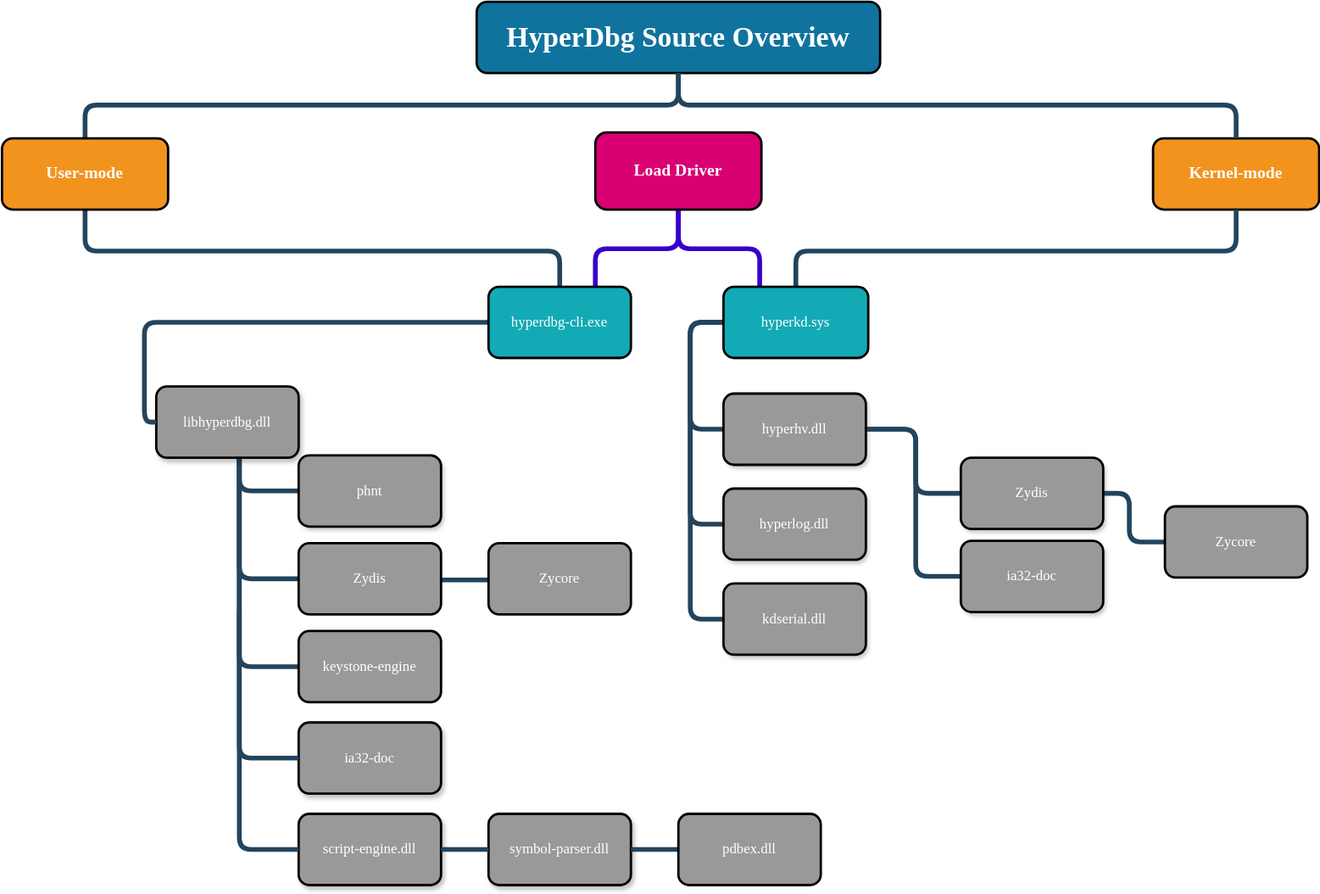
This is Diagrams/source-tree/source-tree.svg from HyperDbg/graphics, a draw.io export, as it was before one commit. Source tidied: cells renumbered, new cells last; positions are measured from the earlier drawing's top-left corner, leaving out a move shared by most shapes.
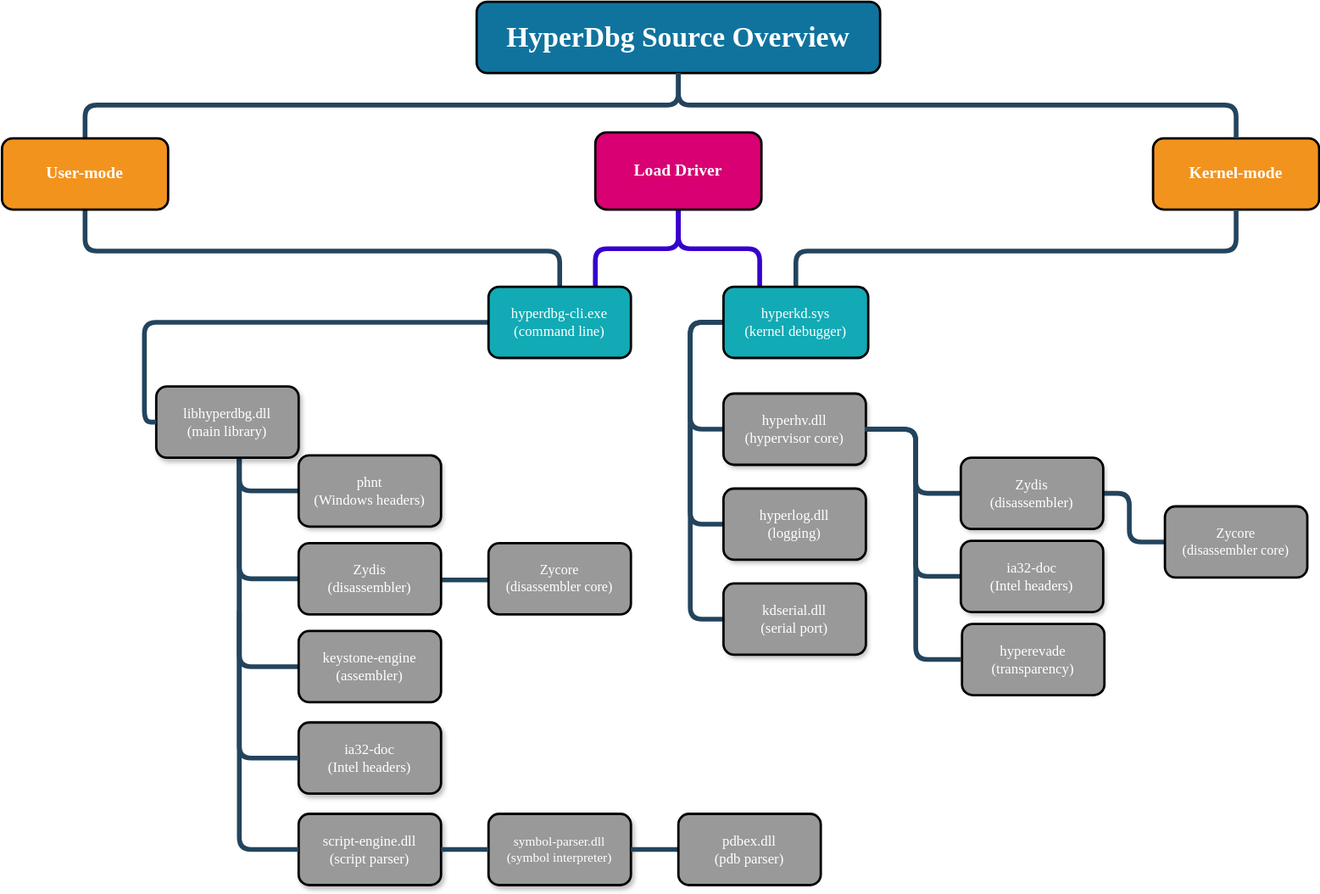
The same diagram one commit later.

Commit message:
add hyperevade project to the source tree

The edit, as a diff of the source:
```diff
@@ -17,13 +17,13 @@
     <mxCell id="6" value="phnt" style="whiteSpace=wrap;rounded=1;fillColor=#999999;strokeColor=none;shadow=1;fontColor=#FFFFFF;fontStyle=0;fontFamily=Verdana;" parent="1" vertex="1">
       <mxGeometry x="340" y="382" width="120" height="60" as="geometry" />
     </mxCell>
-    <mxCell id="7" value="ia32-doc" style="whiteSpace=wrap;rounded=1;fillColor=#999999;strokeColor=default;shadow=1;fontColor=#FFFFFF;fontStyle=0;fontFamily=Verdana;strokeWidth=2;" parent="1" vertex="1">
+    <mxCell id="7" value="ia32-doc&#10;(Intel headers)" style="whiteSpace=wrap;rounded=1;fillColor=#999999;strokeColor=default;shadow=1;fontColor=#FFFFFF;fontStyle=0;fontFamily=Verdana;strokeWidth=2;" parent="1" vertex="1">
       <mxGeometry x="340" y="607" width="120" height="60" as="geometry" />
     </mxCell>
-    <mxCell id="8" value="script-engine.dll" style="whiteSpace=wrap;rounded=1;fillColor=#999999;strokeColor=default;shadow=1;fontColor=#FFFFFF;fontStyle=0;fontFamily=Verdana;strokeWidth=2;" parent="1" vertex="1">
+    <mxCell id="8" value="script-engine.dll&#10;(script parser)" style="whiteSpace=wrap;rounded=1;fillColor=#999999;strokeColor=default;shadow=1;fontColor=#FFFFFF;fontStyle=0;fontFamily=Verdana;strokeWidth=2;" parent="1" vertex="1">
       <mxGeometry x="340" y="684" width="120" height="60" as="geometry" />
     </mxCell>
-    <mxCell id="9" value="symbol-parser.dll" style="whiteSpace=wrap;rounded=1;fillColor=#999999;strokeColor=default;shadow=1;fontColor=#FFFFFF;fontStyle=0;fontFamily=Verdana;strokeWidth=2;" parent="1" vertex="1">
+    <mxCell id="9" value="symbol-parser.dll&#10;(symbol interpreter)" style="whiteSpace=wrap;rounded=1;fillColor=#999999;strokeColor=default;shadow=1;fontColor=#FFFFFF;fontStyle=0;fontFamily=Verdana;strokeWidth=2;fontSize=11;" parent="1" vertex="1">
       <mxGeometry x="500" y="684" width="120" height="60" as="geometry" />
     </mxCell>
     <mxCell id="10" style="edgeStyle=elbowEdgeStyle;elbow=vertical;rounded=1;fontColor=#000000;endArrow=none;endFill=0;strokeWidth=4;strokeColor=#23445D;fontFamily=Verdana;" parent="1" edge="1" source="3" target="5">
@@ -160,7 +160,7 @@
         </Array>
       </mxGeometry>
     </mxCell>
-    <mxCell id="31" value="libhyperdbg.dll" style="whiteSpace=wrap;rounded=1;fillColor=#999999;strokeColor=default;shadow=1;fontColor=#FFFFFF;fontStyle=0;fontFamily=Verdana;strokeWidth=2;" parent="1" vertex="1">
+    <mxCell id="31" value="libhyperdbg.dll&#10;(main library)" style="whiteSpace=wrap;rounded=1;fillColor=#999999;strokeColor=default;shadow=1;fontColor=#FFFFFF;fontStyle=0;fontFamily=Verdana;strokeWidth=2;" parent="1" vertex="1">
       <mxGeometry x="220" y="324" width="120" height="60" as="geometry" />
     </mxCell>
     <mxCell id="32" style="edgeStyle=elbowEdgeStyle;elbow=vertical;rounded=1;fontColor=#000000;endArrow=none;endFill=0;strokeWidth=4;strokeColor=#23445D;entryX=0;entryY=0.5;entryDx=0;entryDy=0;exitX=0;exitY=0.5;exitDx=0;exitDy=0;exitPerimeter=0;fontFamily=Verdana;" parent="1" edge="1" source="5" target="31">
@@ -203,7 +203,7 @@
     <mxCell id="38" style="edgeStyle=elbowEdgeStyle;elbow=vertical;fontColor=#000000;endArrow=none;endFill=0;strokeWidth=4;entryX=0.25;entryY=0;entryDx=0;entryDy=0;exitX=0.5;exitY=1;exitDx=0;exitDy=0;fontFamily=Verdana;fillColor=#6a00ff;strokeColor=#3700CC;rounded=1;" parent="1" edge="1" source="36" target="16">
       <mxGeometry relative="1" as="geometry" />
     </mxCell>
-    <mxCell id="39" value="Zycore" style="whiteSpace=wrap;rounded=1;fillColor=#999999;strokeColor=default;shadow=0;fontColor=#FFFFFF;fontStyle=0;fontFamily=Verdana;glass=0;labelBorderColor=none;strokeWidth=2;" parent="1" vertex="1">
+    <mxCell id="39" value="Zycore&#10;(disassembler core)" style="whiteSpace=wrap;rounded=1;fillColor=#999999;strokeColor=default;shadow=0;fontColor=#FFFFFF;fontStyle=0;fontFamily=Verdana;glass=0;labelBorderColor=none;strokeWidth=2;fontSize=11.5;" parent="1" vertex="1">
       <mxGeometry x="1070" y="425" width="120" height="60" as="geometry" />
     </mxCell>
     <mxCell id="40" value="ia32-doc" style="whiteSpace=wrap;rounded=1;fillColor=#999999;strokeColor=default;shadow=0;fontColor=#FFFFFF;fontStyle=0;fontFamily=Verdana;" parent="1" vertex="1">
@@ -212,7 +212,7 @@
     <mxCell id="41" value="Zydis" style="whiteSpace=wrap;rounded=1;fillColor=#999999;strokeColor=default;shadow=0;fontColor=#FFFFFF;fontStyle=0;fontFamily=Verdana;" parent="1" vertex="1">
       <mxGeometry x="898" y="384" width="120" height="60" as="geometry" />
     </mxCell>
-    <mxCell id="42" value="hyperhv.dll" style="whiteSpace=wrap;rounded=1;fillColor=#999999;strokeColor=default;shadow=0;fontColor=#FFFFFF;fontStyle=0;fontFamily=Verdana;strokeWidth=2;" parent="1" vertex="1">
+    <mxCell id="42" value="hyperhv.dll&#10;(hypervisor core)" style="whiteSpace=wrap;rounded=1;fillColor=#999999;strokeColor=default;shadow=0;fontColor=#FFFFFF;fontStyle=0;fontFamily=Verdana;strokeWidth=2;" parent="1" vertex="1">
       <mxGeometry x="698" y="330" width="120" height="60" as="geometry" />
     </mxCell>
     <mxCell id="43" value="hyperlog.dll" style="whiteSpace=wrap;rounded=1;fillColor=#999999;strokeColor=default;shadow=0;fontColor=#FFFFFF;fontStyle=0;fontFamily=Verdana;" parent="1" vertex="1">
@@ -239,16 +239,16 @@
     <mxCell id="50" value="hprdbgkd.sys" style="whiteSpace=wrap;rounded=1;fillColor=#12AAB5;strokeColor=default;shadow=0;fontColor=#FFFFFF;fontFamily=Verdana;" parent="1" vertex="1">
       <mxGeometry x="698" y="240" width="122" height="60" as="geometry" />
     </mxCell>
-    <mxCell id="51" value="pdbex.dll" style="whiteSpace=wrap;rounded=1;fillColor=#999999;strokeColor=default;shadow=0;fontColor=#FFFFFF;fontStyle=0;fontFamily=Verdana;strokeWidth=2;" parent="1" vertex="1">
+    <mxCell id="51" value="pdbex.dll&#10;(pdb parser)" style="whiteSpace=wrap;rounded=1;fillColor=#999999;strokeColor=default;shadow=0;fontColor=#FFFFFF;fontStyle=0;fontFamily=Verdana;strokeWidth=2;" parent="1" vertex="1">
       <mxGeometry x="660" y="684" width="120" height="60" as="geometry" />
     </mxCell>
-    <mxCell id="52" value="Zydis" style="whiteSpace=wrap;rounded=1;fillColor=#999999;strokeColor=default;shadow=0;fontColor=#FFFFFF;fontStyle=0;fontFamily=Verdana;strokeWidth=2;" parent="1" vertex="1">
+    <mxCell id="52" value="Zydis&#10;(disassembler)" style="whiteSpace=wrap;rounded=1;fillColor=#999999;strokeColor=default;shadow=0;fontColor=#FFFFFF;fontStyle=0;fontFamily=Verdana;strokeWidth=2;" parent="1" vertex="1">
       <mxGeometry x="340" y="456" width="120" height="60" as="geometry" />
     </mxCell>
-    <mxCell id="53" value="Zycore" style="whiteSpace=wrap;rounded=1;fillColor=#999999;strokeColor=default;shadow=0;fontColor=#FFFFFF;fontStyle=0;fontFamily=Verdana;strokeWidth=2;" parent="1" vertex="1">
+    <mxCell id="53" value="Zycore&#10;(disassembler core)" style="whiteSpace=wrap;rounded=1;fillColor=#999999;strokeColor=default;shadow=0;fontColor=#FFFFFF;fontStyle=0;fontFamily=Verdana;strokeWidth=2;fontSize=11.5;" parent="1" vertex="1">
       <mxGeometry x="500" y="456" width="120" height="60" as="geometry" />
     </mxCell>
-    <mxCell id="54" value="phnt" style="whiteSpace=wrap;rounded=1;fillColor=#999999;strokeColor=default;shadow=0;fontColor=#FFFFFF;fontStyle=0;fontFamily=Verdana;strokeWidth=2;" parent="1" vertex="1">
+    <mxCell id="54" value="phnt&#10;(Windows headers)" style="whiteSpace=wrap;rounded=1;fillColor=#999999;strokeColor=default;shadow=0;fontColor=#FFFFFF;fontStyle=0;fontFamily=Verdana;strokeWidth=2;" parent="1" vertex="1">
       <mxGeometry x="340" y="382" width="120" height="60" as="geometry" />
     </mxCell>
     <mxCell id="55" value="User-mode" style="whiteSpace=wrap;rounded=1;fillColor=#F2931E;strokeColor=default;shadow=0;fontColor=#FFFFFF;fontStyle=1;fontSize=14;fontFamily=Verdana;strokeWidth=2;" parent="1" vertex="1">
@@ -257,22 +257,22 @@
     <mxCell id="56" value="Load Driver" style="whiteSpace=wrap;rounded=1;fillColor=#d80073;strokeColor=default;shadow=0;fontColor=#ffffff;fontStyle=1;fontSize=14;gradientColor=none;fontFamily=Verdana;strokeWidth=2;" parent="1" vertex="1">
       <mxGeometry x="590" y="110" width="140" height="65" as="geometry" />
     </mxCell>
-    <mxCell id="57" value="hyperdbg-cli.exe" style="whiteSpace=wrap;rounded=1;fillColor=#12AAB5;strokeColor=default;shadow=0;fontColor=#FFFFFF;fontFamily=Verdana;strokeWidth=2;" parent="1" vertex="1">
+    <mxCell id="57" value="hyperdbg-cli.exe&#10;(command line)" style="whiteSpace=wrap;rounded=1;fillColor=#12AAB5;strokeColor=default;shadow=0;fontColor=#FFFFFF;fontFamily=Verdana;strokeWidth=2;" parent="1" vertex="1">
       <mxGeometry x="500" y="240" width="120" height="60" as="geometry" />
     </mxCell>
-    <mxCell id="58" value="hyperkd.sys" style="whiteSpace=wrap;rounded=1;fillColor=#12AAB5;strokeColor=default;shadow=0;fontColor=#FFFFFF;fontFamily=Verdana;strokeWidth=2;" parent="1" vertex="1">
+    <mxCell id="58" value="hyperkd.sys&#10;(kernel debugger)" style="whiteSpace=wrap;rounded=1;fillColor=#12AAB5;strokeColor=default;shadow=0;fontColor=#FFFFFF;fontFamily=Verdana;strokeWidth=2;" parent="1" vertex="1">
       <mxGeometry x="698" y="240" width="122" height="60" as="geometry" />
     </mxCell>
-    <mxCell id="59" value="hyperlog.dll" style="whiteSpace=wrap;rounded=1;fillColor=#999999;strokeColor=default;shadow=0;fontColor=#FFFFFF;fontStyle=0;fontFamily=Verdana;strokeWidth=2;" parent="1" vertex="1">
+    <mxCell id="59" value="hyperlog.dll&#10;(logging)" style="whiteSpace=wrap;rounded=1;fillColor=#999999;strokeColor=default;shadow=0;fontColor=#FFFFFF;fontStyle=0;fontFamily=Verdana;strokeWidth=2;" parent="1" vertex="1">
       <mxGeometry x="698" y="410" width="120" height="60" as="geometry" />
     </mxCell>
-    <mxCell id="60" value="kdserial.dll" style="whiteSpace=wrap;rounded=1;fillColor=#999999;strokeColor=default;shadow=0;fontColor=#FFFFFF;fontStyle=0;fontFamily=Verdana;strokeWidth=2;" parent="1" vertex="1">
+    <mxCell id="60" value="kdserial.dll&#10;(serial port)" style="whiteSpace=wrap;rounded=1;fillColor=#999999;strokeColor=default;shadow=0;fontColor=#FFFFFF;fontStyle=0;fontFamily=Verdana;strokeWidth=2;" parent="1" vertex="1">
       <mxGeometry x="698" y="490" width="120" height="60" as="geometry" />
     </mxCell>
-    <mxCell id="61" value="ia32-doc" style="whiteSpace=wrap;rounded=1;fillColor=#999999;strokeColor=default;shadow=0;fontColor=#FFFFFF;fontStyle=0;fontFamily=Verdana;strokeWidth=2;" parent="1" vertex="1">
+    <mxCell id="61" value="ia32-doc&#10;(Intel headers)" style="whiteSpace=wrap;rounded=1;fillColor=#999999;strokeColor=default;shadow=0;fontColor=#FFFFFF;fontStyle=0;fontFamily=Verdana;strokeWidth=2;" parent="1" vertex="1">
       <mxGeometry x="898" y="454" width="120" height="60" as="geometry" />
     </mxCell>
-    <mxCell id="62" value="Zydis" style="whiteSpace=wrap;rounded=1;fillColor=#999999;strokeColor=default;shadow=0;fontColor=#FFFFFF;fontStyle=0;fontFamily=Verdana;strokeWidth=2;" parent="1" vertex="1">
+    <mxCell id="62" value="Zydis&#10;(disassembler)" style="whiteSpace=wrap;rounded=1;fillColor=#999999;strokeColor=default;shadow=0;fontColor=#FFFFFF;fontStyle=0;fontFamily=Verdana;strokeWidth=2;" parent="1" vertex="1">
       <mxGeometry x="898" y="384" width="120" height="60" as="geometry" />
     </mxCell>
     <mxCell id="63" style="edgeStyle=elbowEdgeStyle;elbow=horizontal;rounded=1;fontColor=#000000;endArrow=none;endFill=0;strokeWidth=4;strokeColor=#23445D;exitX=0.5;exitY=1;exitDx=0;exitDy=0;fontFamily=Verdana;entryX=0;entryY=0.5;entryDx=0;entryDy=0;" parent="1" edge="1">
@@ -284,8 +284,22 @@
         </Array>
       </mxGeometry>
     </mxCell>
-    <mxCell id="64" value="keystone-engine" style="whiteSpace=wrap;rounded=1;fillColor=#999999;strokeColor=default;shadow=0;fontColor=#FFFFFF;fontStyle=0;fontFamily=Verdana;strokeWidth=2;" parent="1" vertex="1">
+    <mxCell id="64" value="keystone-engine&#10;(assembler)" style="whiteSpace=wrap;rounded=1;fillColor=#999999;strokeColor=default;shadow=0;fontColor=#FFFFFF;fontStyle=0;fontFamily=Verdana;strokeWidth=2;" parent="1" vertex="1">
       <mxGeometry x="340" y="530" width="120" height="60" as="geometry" />
     </mxCell>
+    <mxCell id="65" style="edgeStyle=elbowEdgeStyle;elbow=horizontal;rounded=1;fontColor=#000000;endArrow=none;endFill=0;strokeWidth=4;strokeColor=#23445D;exitX=1;exitY=0.5;exitDx=0;exitDy=0;entryX=0;entryY=0.5;entryDx=0;entryDy=0;fontFamily=Verdana;" parent="1" edge="1">
+      <mxGeometry relative="1" as="geometry">
+        <mxPoint x="817" y="360" as="sourcePoint" />
+        <mxPoint x="898" y="554" as="targetPoint" />
+        <Array as="points">
+          <mxPoint x="860" y="468" />
+          <mxPoint x="858" y="414" />
+          <mxPoint x="988" y="354" />
+        </Array>
+      </mxGeometry>
+    </mxCell>
+    <mxCell id="66" value="hyperevade&#10;(transparency)" style="whiteSpace=wrap;rounded=1;fillColor=#999999;strokeColor=default;shadow=0;fontColor=#FFFFFF;fontStyle=0;fontFamily=Verdana;strokeWidth=2;" parent="1" vertex="1">
+      <mxGeometry x="899" y="524" width="120" height="60" as="geometry" />
+    </mxCell>
   </root>
 </mxGraphModel>
```
